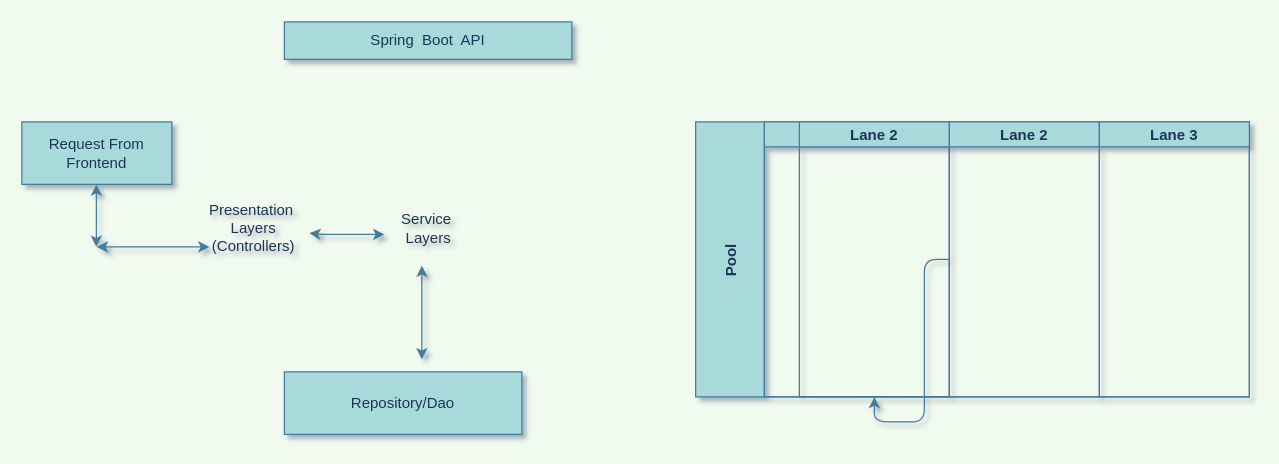
The draw.io diagram Untitled Diagram.drawio in dibyendu68/DIB, before the edit. Source tidied: cells renumbered, new cells numbered last; positions are measured from the earlier drawing's top-left corner, leaving out a move shared by most shapes. Both pictures are drawn from the tidied source at 125%, with x=0, y=0 at pixel (21, 21).
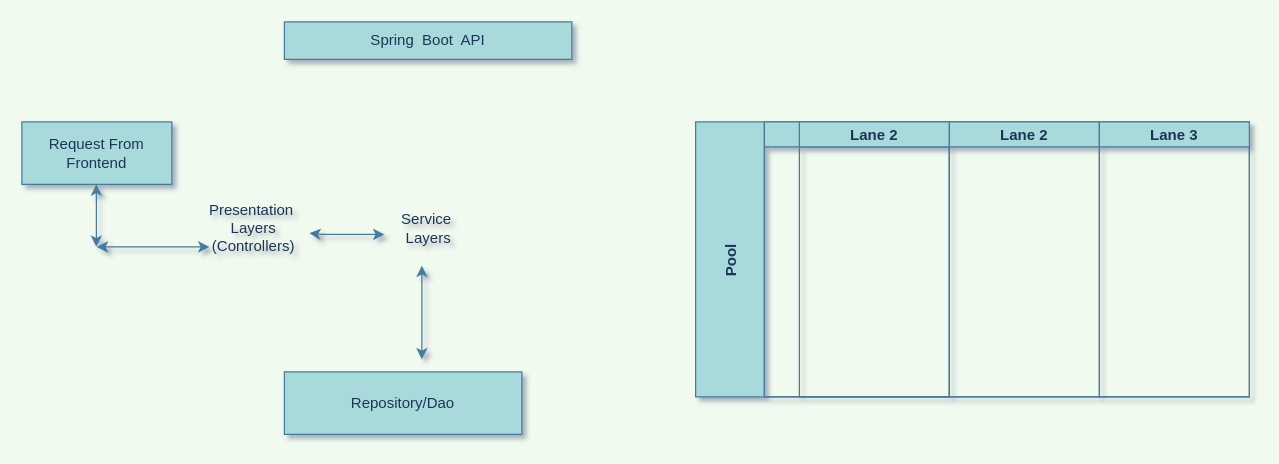
Above is the later version.

The change refers to these unchanged cells:
```xml
<mxCell id="11" value="Pool" style="swimlane;startSize=55;horizontal=0;strokeColor=#457B9D;fontColor=#1D3557;fillColor=#A8DADC;" parent="1" vertex="1">
  <mxGeometry x="539" y="80" width="443" height="220" as="geometry" />
</mxCell>
<mxCell id="13" value="Lane 2" style="swimlane;startSize=20;strokeColor=#457B9D;fontColor=#1D3557;fillColor=#A8DADC;" parent="12" vertex="1">
  <mxGeometry x="28" width="120" height="220" as="geometry" />
</mxCell>
<mxCell id="15" value="Lane 2" style="swimlane;startSize=20;strokeColor=#457B9D;fontColor=#1D3557;fillColor=#A8DADC;" parent="11" vertex="1">
  <mxGeometry x="203" width="120" height="220" as="geometry" />
</mxCell>
```

Change to the diagram source:
```diff
@@
-    <mxCell id="14" style="edgeStyle=orthogonalEdgeStyle;jettySize=auto;html=1;exitX=0;exitY=0.5;exitDx=0;exitDy=0;strokeColor=#457B9D;fontColor=#1D3557;fillColor=#A8DADC;" parent="11" edge="1" source="15" target="13">
-      <mxGeometry relative="1" as="geometry" />
-    </mxCell>
```
